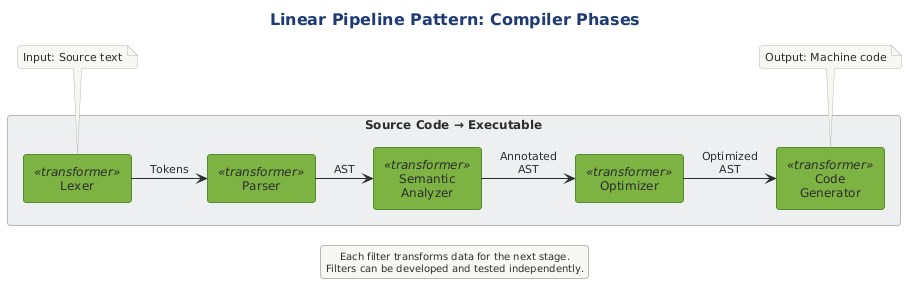
The PlantUML diagram src/architecture/views-and-beyond/style-catalogs/component-and-connector/pipe-and-filter-style/png/linear-pipeline-pattern-compiler-phases.png in Notoriousjayy/latex-docs, before a commit.
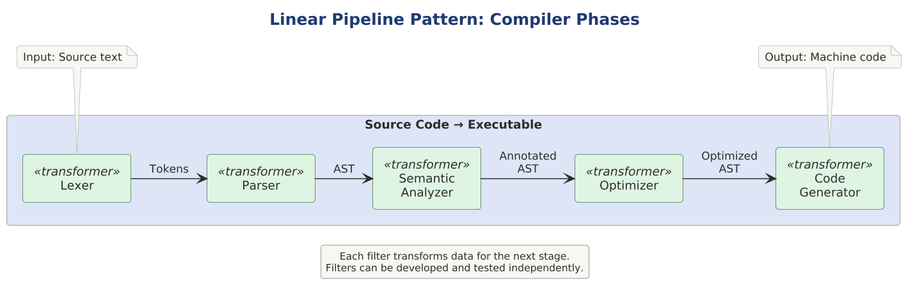
Later version of the same file.

The edit, as a diff of the source:
```diff
@@ -1,80 +1,12 @@
 @startuml
-
-!$SOURCE_COLOR = "#4A90D9"
-!$TRANSFORMER_COLOR = "#7CB342"
-!$SINK_COLOR = "#F5A623"
-!$SPLITTER_COLOR = "#00ACC1"
-!$AGGREGATOR_COLOR = "#AB47BC"
-!$ERROR_COLOR = "#EF5350"
-!$TEE_COLOR = "#FF7043"
-!$NEUTRAL_COLOR = "#455A64"
-
-skinparam component {
-    BackgroundColor #7CB342
-    FontColor white
-    BorderColor #558B2F
-    BorderThickness 1
-}
-
-skinparam component<<source>> {
-    BackgroundColor #4A90D9
-    BorderColor #1565C0
-}
-
-skinparam component<<sink>> {
-    BackgroundColor #F5A623
-    BorderColor #E65100
-}
-
-skinparam component<<transformer>> {
-    BackgroundColor #7CB342
-    BorderColor #558B2F
-}
-
-skinparam component<<splitter>> {
-    BackgroundColor #00ACC1
-    BorderColor #00838F
-}
-
-skinparam component<<aggregator>> {
-    BackgroundColor #AB47BC
-    BorderColor #7B1FA2
-}
-
-skinparam component<<error>> {
-    BackgroundColor #EF5350
-    BorderColor #C62828
-}
-
-skinparam component<<tee>> {
-    BackgroundColor #FF7043
-    BorderColor #D84315
-}
-
-skinparam rectangle {
-    BackgroundColor #FAFAFA
-    BorderColor #90A4AE
-    BorderThickness 1
-}
-
-skinparam package {
-    BackgroundColor #F5F5F5
-    BorderColor #666666
-}
-
-skinparam queue {
-    BackgroundColor #FFF9C4
-    BorderColor #F9A825
-}
-
-
-
+skinparam dpi 150
 
 !include ../../../../../../tooling/styles/plantuml/structural/component-diagram-style.iuml
+!include pipe-and-filter-roles.iuml
 
 title Linear Pipeline Pattern: Compiler Phases
 
-rectangle "Source Code → Executable" #ECEFF1 {
+rectangle "Source Code → Executable" $fill_primary {
     [Lexer] as Lexer <<transformer>>
     [Parser] as Parser <<transformer>>
     [Semantic\nAnalyzer] as Semantic <<transformer>>
```
